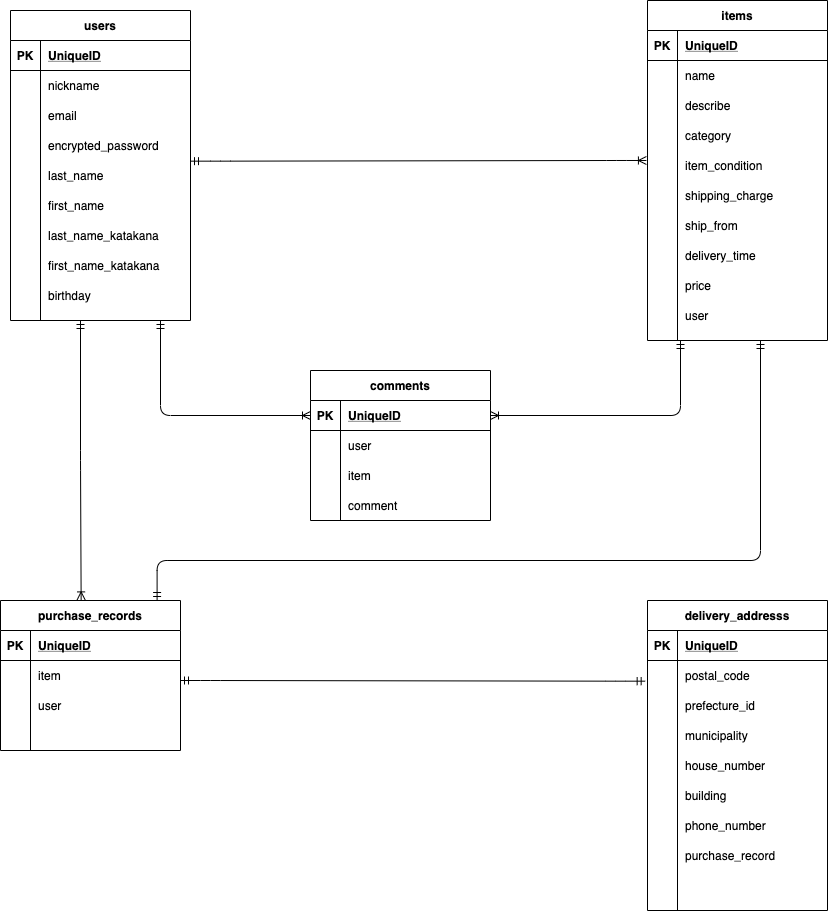
Before: public/furima.drawio.png, a diagram exported from draw.io (kurayoshi1976/furima-34499). Source tidied: cells renumbered, new cells last; positions are measured from the earlier drawing's top-left corner, leaving out a move shared by most shapes.
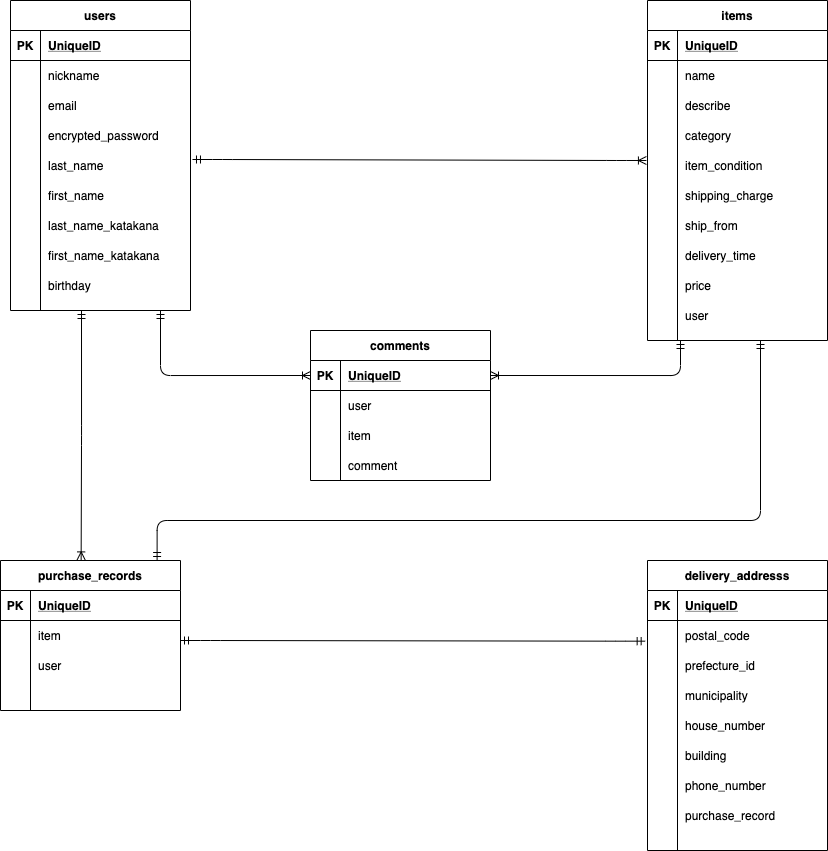
After the commit.

Commit message:
データベース設計修正#3

Diff of the diagram source:
```diff
@@ -3,7 +3,7 @@
     <mxCell id="0" />
     <mxCell id="1" parent="0" />
     <mxCell id="2" value="users" style="shape=table;startSize=30;rowLines=0;fontStyle=1;align=center;" parent="1" vertex="1">
-      <mxGeometry x="10" y="10" width="180" height="310" as="geometry" />
+      <mxGeometry x="10" y="40" width="180" height="310" as="geometry" />
     </mxCell>
     <mxCell id="3" style="shape=partialRectangle;fillColor=none;top=0;left=0;bottom=1;right=0;" parent="2" vertex="1">
       <mxGeometry y="30" width="180" height="30" as="geometry" />
@@ -87,7 +87,7 @@
       <mxGeometry x="30" width="150" height="30" as="geometry" />
     </mxCell>
     <mxCell id="30" value="items" style="shape=table;startSize=30;rowLines=0;fontStyle=1;align=center;" parent="1" vertex="1">
-      <mxGeometry x="647" width="180" height="340" as="geometry" />
+      <mxGeometry x="647" y="40" width="180" height="340" as="geometry" />
     </mxCell>
     <mxCell id="31" style="shape=partialRectangle;fillColor=none;top=0;left=0;bottom=1;right=0;" parent="30" vertex="1">
       <mxGeometry y="30" width="180" height="30" as="geometry" />
@@ -258,7 +258,7 @@
       <mxGeometry x="30" width="150" height="30" as="geometry" />
     </mxCell>
     <mxCell id="87" value="delivery_addresss" style="shape=table;startSize=30;rowLines=0;fontStyle=1;align=center;" parent="1" vertex="1">
-      <mxGeometry x="647" y="600" width="180" height="310" as="geometry" />
+      <mxGeometry x="647" y="600" width="180" height="290" as="geometry" />
     </mxCell>
     <mxCell id="88" style="shape=partialRectangle;fillColor=none;top=0;left=0;bottom=1;right=0;" parent="87" vertex="1">
       <mxGeometry y="30" width="180" height="30" as="geometry" />
@@ -333,13 +333,13 @@
       <mxGeometry x="30" width="150" height="30" as="geometry" />
     </mxCell>
     <mxCell id="112" style="shape=partialRectangle;fillColor=none;top=0;left=0;bottom=0;right=0;" parent="87" vertex="1">
-      <mxGeometry y="270" width="180" height="30" as="geometry" />
+      <mxGeometry y="270" width="180" height="20" as="geometry" />
     </mxCell>
     <mxCell id="113" style="shape=partialRectangle;fillColor=none;top=0;left=0;bottom=0;right=0;overflow=hidden;" parent="112" vertex="1">
-      <mxGeometry width="30" height="30" as="geometry" />
+      <mxGeometry width="30" height="20" as="geometry" />
     </mxCell>
     <mxCell id="114" style="shape=partialRectangle;fillColor=none;top=0;left=0;bottom=0;right=0;align=left;spacingLeft=6;overflow=hidden;" parent="112" vertex="1">
-      <mxGeometry x="30" width="150" height="30" as="geometry" />
+      <mxGeometry x="30" width="150" height="20" as="geometry" />
     </mxCell>
     <mxCell id="115" style="edgeStyle=entityRelationEdgeStyle;fontSize=12;html=1;endArrow=ERmandOne;startArrow=ERmandOne;entryX=-0.013;entryY=0.689;entryDx=0;entryDy=0;entryPerimeter=0;" parent="1" edge="1" target="91">
       <mxGeometry relative="1" as="geometry">
@@ -348,25 +348,25 @@
     </mxCell>
     <mxCell id="116" style="edgeStyle=orthogonalEdgeStyle;fontSize=12;html=1;endArrow=ERoneToMany;startArrow=ERmandOne;entryX=0;entryY=0.5;entryDx=0;entryDy=0;" parent="1" edge="1" target="62">
       <mxGeometry relative="1" as="geometry">
-        <mxPoint x="160" y="320" as="sourcePoint" />
+        <mxPoint x="160" y="350" as="sourcePoint" />
       </mxGeometry>
     </mxCell>
     <mxCell id="117" style="edgeStyle=orthogonalEdgeStyle;fontSize=12;html=1;endArrow=ERoneToMany;startArrow=ERmandOne;entryX=1;entryY=0.5;entryDx=0;entryDy=0;" parent="1" edge="1" target="62">
       <mxGeometry relative="1" as="geometry">
-        <mxPoint x="680" y="340" as="sourcePoint" />
+        <mxPoint x="680" y="380" as="sourcePoint" />
       </mxGeometry>
     </mxCell>
-    <mxCell id="118" style="edgeStyle=entityRelationEdgeStyle;fontSize=12;html=1;endArrow=ERoneToMany;startArrow=ERmandOne;exitX=1;exitY=0.022;exitDx=0;exitDy=0;exitPerimeter=0;entryX=-0.006;entryY=0.333;entryDx=0;entryDy=0;entryPerimeter=0;" parent="1" edge="1" source="15" target="43">
+    <mxCell id="118" style="edgeStyle=entityRelationEdgeStyle;fontSize=12;html=1;endArrow=ERoneToMany;startArrow=ERmandOne;exitX=1.011;exitY=0.3;exitDx=0;exitDy=0;exitPerimeter=0;entryX=-0.006;entryY=0.333;entryDx=0;entryDy=0;entryPerimeter=0;" parent="1" edge="1" source="15" target="43">
       <mxGeometry relative="1" as="geometry" />
     </mxCell>
     <mxCell id="119" style="edgeStyle=orthogonalEdgeStyle;fontSize=12;html=1;endArrow=ERoneToMany;startArrow=ERmandOne;entryX=0.448;entryY=-0.004;entryDx=0;entryDy=0;entryPerimeter=0;" parent="1" edge="1" target="74">
       <mxGeometry relative="1" as="geometry">
-        <mxPoint x="80" y="320" as="sourcePoint" />
+        <mxPoint x="81" y="350" as="sourcePoint" />
       </mxGeometry>
     </mxCell>
     <mxCell id="120" style="edgeStyle=orthogonalEdgeStyle;fontSize=12;html=1;endArrow=ERmandOne;startArrow=ERmandOne;exitX=0.87;exitY=0;exitDx=0;exitDy=0;elbow=vertical;exitPerimeter=0;" parent="1" edge="1" source="74">
       <mxGeometry relative="1" as="geometry">
-        <mxPoint x="760" y="340" as="targetPoint" />
+        <mxPoint x="760" y="380" as="targetPoint" />
         <Array as="points">
           <mxPoint x="157" y="560" />
           <mxPoint x="760" y="560" />
```
